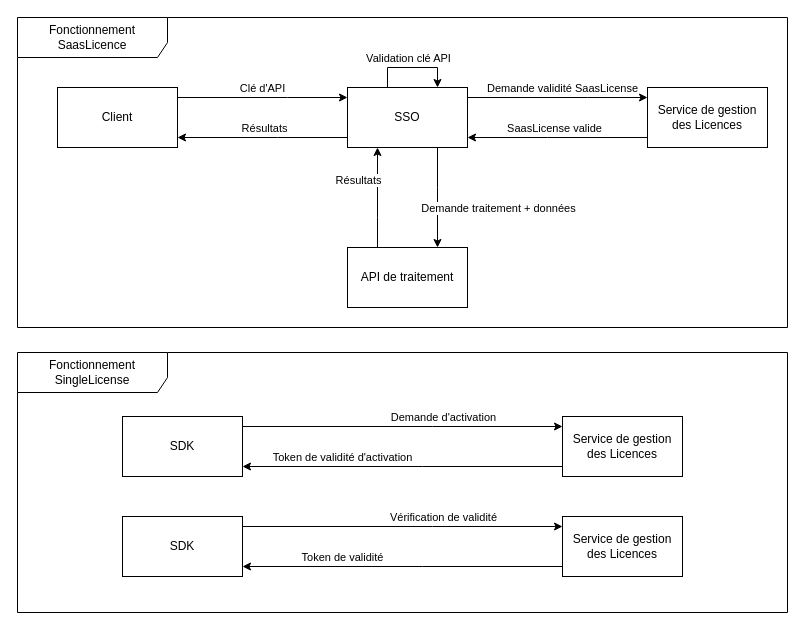
This is Diagramme sans nom.drawio from Smaxxe/ProjetStage, a draw.io file, before an edit. Source tidied: cells renumbered, new cells numbered last; positions are measured from the earlier drawing's top-left corner, leaving out a move shared by most shapes. Both pictures are drawn from the tidied source at 100%, with x=0, y=0 at pixel (17, 17).
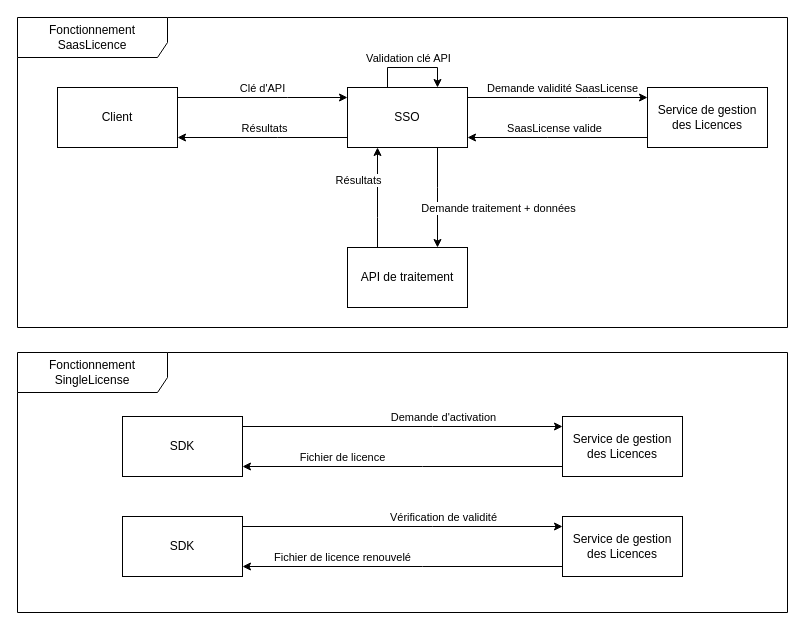
The same page after the edit.

Commit message:
Mettre à jour Diagramme sans nom.drawio

Unchanged cells that the change refers to:
```xml
<mxCell id="24" style="edgeStyle=orthogonalEdgeStyle;rounded=0;jettySize=auto;html=1;" parent="1" edge="1" source="26" target="23">
  <mxGeometry relative="1" as="geometry">
    <Array as="points">
      <mxPoint x="405" y="449" />
      <mxPoint x="405" y="449" />
    </Array>
  </mxGeometry>
</mxCell>
<mxCell id="30" style="edgeStyle=orthogonalEdgeStyle;rounded=0;jettySize=auto;html=1;" parent="1" edge="1" source="32" target="29">
  <mxGeometry relative="1" as="geometry">
    <Array as="points">
      <mxPoint x="405" y="549" />
      <mxPoint x="405" y="549" />
    </Array>
  </mxGeometry>
</mxCell>
```

Change to the diagram source:
```diff
@@
-    <mxCell id="25" value="Token de validité d'activation" style="edgeLabel;html=1;align=center;verticalAlign=middle;" parent="24" vertex="1">
+    <mxCell id="25" value="&lt;div&gt;Fichier de licence&lt;/div&gt;" style="edgeLabel;html=1;align=center;verticalAlign=middle;" parent="24" vertex="1">
       <mxGeometry x="-0.19" y="-1" relative="1" as="geometry">
         <mxPoint x="-91" y="-9" as="offset" />
       </mxGeometry>
     </mxCell>
@@
-    <mxCell id="31" value="Token de validité" style="edgeLabel;html=1;align=center;verticalAlign=middle;" parent="30" vertex="1">
+    <mxCell id="31" value="Fichier de licence renouvelé" style="edgeLabel;html=1;align=center;verticalAlign=middle;" parent="30" vertex="1">
       <mxGeometry x="-0.19" y="-1" relative="1" as="geometry">
         <mxPoint x="-91" y="-9" as="offset" />
       </mxGeometry>
     </mxCell>
```
